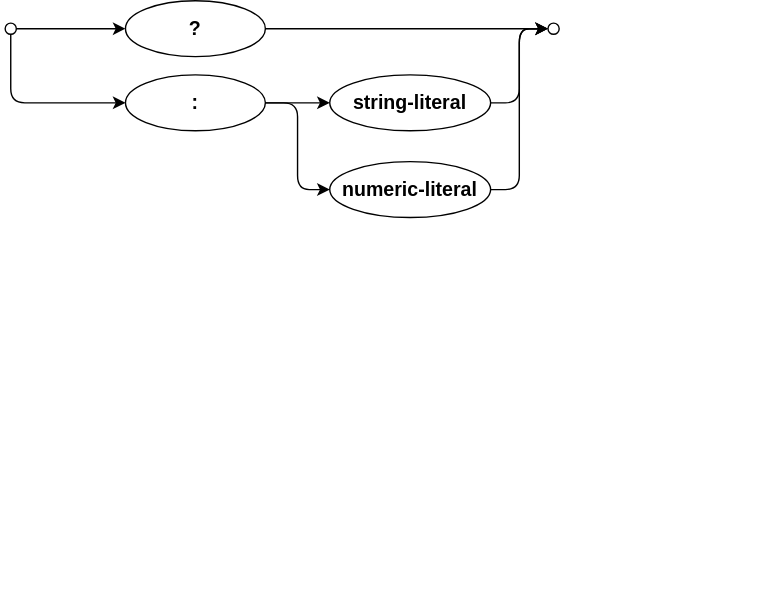
This is assets/cxl/binding-parameter.drawio.svg from capire/docs, a draw.io export, as it was before one commit. Source tidied: cells renumbered, new cells last; positions are measured from the earlier drawing's top-left corner, leaving out a move shared by most shapes.
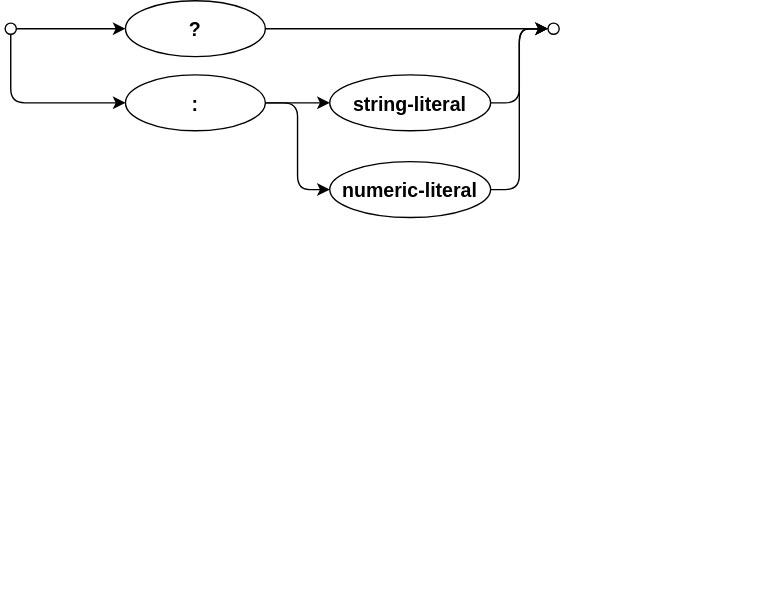
Later version of the same file.

What changed in the source:
```diff
@@ -5,43 +5,43 @@
     <mxCell id="2" value="Best viewed with the &lt;a href=&quot;https://github.com/ariel-bentu/tam-drawio&quot;&gt;TAM plugin&lt;/a&gt;" style="text;html=1;shape=tamPluginMissing;" parent="1" vertex="1">
       <mxGeometry x="346" y="410" width="200" height="25" as="geometry" />
     </mxCell>
-    <mxCell id="3" style="edgeStyle=none;html=1;entryX=0;entryY=0.5;entryDx=0;entryDy=0;fontSize=14;" parent="1" edge="1" source="4" target="7">
+    <mxCell id="3" style="edgeStyle=none;entryX=0;entryY=0.5;entryDx=0;entryDy=0;fontSize=14;" parent="1" edge="1" source="4" target="7">
       <mxGeometry relative="1" as="geometry" />
     </mxCell>
-    <mxCell id="4" style="ellipse;whiteSpace=wrap;html=1;strokeWidth=1;fontSize=14;verticalAlign=middle;fontStyle=1;textDirection=ltr;" parent="1" vertex="1">
+    <mxCell id="4" style="ellipse;strokeWidth=1;fontSize=14;verticalAlign=middle;fontStyle=1;textDirection=ltr;" parent="1" vertex="1">
       <mxGeometry y="16" width="8" height="8" as="geometry" />
     </mxCell>
-    <mxCell id="5" style="ellipse;whiteSpace=wrap;html=1;strokeWidth=1;fontSize=14;verticalAlign=middle;fontStyle=1;textDirection=ltr;" parent="1" vertex="1">
+    <mxCell id="5" style="ellipse;strokeWidth=1;fontSize=14;verticalAlign=middle;fontStyle=1;textDirection=ltr;" parent="1" vertex="1">
       <mxGeometry x="388" y="16" width="8" height="8" as="geometry" />
     </mxCell>
-    <mxCell id="6" style="edgeStyle=entityRelationEdgeStyle;html=1;startArrow=none;endArrow=classic;segment=10;curved=1;sourcePerimeterSpacing=0;targetPerimeterSpacing=0;endFill=1;fontSize=14;" parent="1" edge="1" source="7" target="5">
+    <mxCell id="6" style="edgeStyle=entityRelationEdgeStyle;startArrow=none;endArrow=classic;segment=10;curved=1;sourcePerimeterSpacing=0;targetPerimeterSpacing=0;endFill=1;fontSize=14;" parent="1" edge="1" source="7" target="5">
       <mxGeometry relative="1" as="geometry" />
     </mxCell>
-    <mxCell id="7" value="&lt;span style=&quot;color: rgb(0, 0, 0);&quot;&gt;?&lt;/span&gt;" style="ellipse;whiteSpace=wrap;html=1;align=center;newEdgeStyle={&quot;edgeStyle&quot;:&quot;entityRelationEdgeStyle&quot;,&quot;startArrow&quot;:&quot;none&quot;,&quot;endArrow&quot;:&quot;none&quot;,&quot;segment&quot;:10,&quot;curved&quot;:1,&quot;sourcePerimeterSpacing&quot;:0,&quot;targetPerimeterSpacing&quot;:0};strokeWidth=1;fontSize=14;verticalAlign=middle;fontStyle=1;textDirection=ltr;" parent="1" vertex="1">
+    <mxCell id="7" value="?" style="ellipse;align=center;newEdgeStyle={&quot;edgeStyle&quot;:&quot;entityRelationEdgeStyle&quot;,&quot;startArrow&quot;:&quot;none&quot;,&quot;endArrow&quot;:&quot;none&quot;,&quot;segment&quot;:10,&quot;curved&quot;:1,&quot;sourcePerimeterSpacing&quot;:0,&quot;targetPerimeterSpacing&quot;:0};strokeWidth=1;fontSize=14;verticalAlign=middle;fontStyle=1;textDirection=ltr;" parent="1" vertex="1">
       <mxGeometry x="86" width="100" height="40" as="geometry" />
     </mxCell>
-    <mxCell id="8" style="edgeStyle=entityRelationEdgeStyle;html=1;startArrow=none;endArrow=classic;segment=10;curved=1;sourcePerimeterSpacing=0;targetPerimeterSpacing=0;endFill=1;fontSize=14;" parent="1" edge="1" source="9" target="11">
+    <mxCell id="8" style="edgeStyle=entityRelationEdgeStyle;startArrow=none;endArrow=classic;segment=10;curved=1;sourcePerimeterSpacing=0;targetPerimeterSpacing=0;endFill=1;fontSize=14;" parent="1" edge="1" source="9" target="11">
       <mxGeometry relative="1" as="geometry" />
     </mxCell>
-    <mxCell id="9" value=":" style="ellipse;whiteSpace=wrap;html=1;align=center;newEdgeStyle={&quot;edgeStyle&quot;:&quot;entityRelationEdgeStyle&quot;,&quot;startArrow&quot;:&quot;none&quot;,&quot;endArrow&quot;:&quot;none&quot;,&quot;segment&quot;:10,&quot;curved&quot;:1,&quot;sourcePerimeterSpacing&quot;:0,&quot;targetPerimeterSpacing&quot;:0};strokeWidth=1;fontSize=14;verticalAlign=middle;fontStyle=1;textDirection=ltr;" parent="1" vertex="1">
+    <mxCell id="9" value=":" style="ellipse;align=center;newEdgeStyle={&quot;edgeStyle&quot;:&quot;entityRelationEdgeStyle&quot;,&quot;startArrow&quot;:&quot;none&quot;,&quot;endArrow&quot;:&quot;none&quot;,&quot;segment&quot;:10,&quot;curved&quot;:1,&quot;sourcePerimeterSpacing&quot;:0,&quot;targetPerimeterSpacing&quot;:0};strokeWidth=1;fontSize=14;verticalAlign=middle;fontStyle=1;textDirection=ltr;" parent="1" vertex="1">
       <mxGeometry x="86" y="53" width="100" height="40" as="geometry" />
     </mxCell>
-    <mxCell id="10" style="edgeStyle=orthogonalEdgeStyle;rounded=1;jettySize=auto;html=1;exitX=0.5;exitY=1;exitDx=0;exitDy=0;entryX=0;entryY=0.5;entryDx=0;entryDy=0;startArrow=none;startFill=0;endArrow=classic;endFill=1;startSize=6;endSize=6;align=center;fontSize=14;labelBackgroundColor=none;strokeWidth=1;verticalAlign=middle;fontStyle=1;textDirection=ltr;" parent="1" edge="1" source="4" target="9">
+    <mxCell id="10" style="edgeStyle=orthogonalEdgeStyle;rounded=1;jettySize=auto;exitX=0.5;exitY=1;exitDx=0;exitDy=0;entryX=0;entryY=0.5;entryDx=0;entryDy=0;startArrow=none;startFill=0;endArrow=classic;endFill=1;startSize=6;endSize=6;align=center;fontSize=14;labelBackgroundColor=none;strokeWidth=1;verticalAlign=middle;fontStyle=1;textDirection=ltr;" parent="1" edge="1" source="4" target="9">
       <mxGeometry relative="1" as="geometry" />
     </mxCell>
-    <mxCell id="11" value="string-literal" style="ellipse;whiteSpace=wrap;html=1;align=center;newEdgeStyle={&quot;edgeStyle&quot;:&quot;entityRelationEdgeStyle&quot;,&quot;startArrow&quot;:&quot;none&quot;,&quot;endArrow&quot;:&quot;none&quot;,&quot;segment&quot;:10,&quot;curved&quot;:1,&quot;sourcePerimeterSpacing&quot;:0,&quot;targetPerimeterSpacing&quot;:0};strokeWidth=1;fontSize=14;verticalAlign=middle;fontStyle=1;textDirection=ltr;" parent="1" vertex="1">
+    <mxCell id="11" value="string-literal" style="ellipse;align=center;newEdgeStyle={&quot;edgeStyle&quot;:&quot;entityRelationEdgeStyle&quot;,&quot;startArrow&quot;:&quot;none&quot;,&quot;endArrow&quot;:&quot;none&quot;,&quot;segment&quot;:10,&quot;curved&quot;:1,&quot;sourcePerimeterSpacing&quot;:0,&quot;targetPerimeterSpacing&quot;:0};strokeWidth=1;fontSize=14;verticalAlign=middle;fontStyle=1;textDirection=ltr;" parent="1" vertex="1">
       <mxGeometry x="232" y="53" width="115" height="40" as="geometry" />
     </mxCell>
-    <mxCell id="12" value="numeric-literal" style="ellipse;whiteSpace=wrap;html=1;align=center;newEdgeStyle={&quot;edgeStyle&quot;:&quot;entityRelationEdgeStyle&quot;,&quot;startArrow&quot;:&quot;none&quot;,&quot;endArrow&quot;:&quot;none&quot;,&quot;segment&quot;:10,&quot;curved&quot;:1,&quot;sourcePerimeterSpacing&quot;:0,&quot;targetPerimeterSpacing&quot;:0};strokeWidth=1;fontSize=14;verticalAlign=middle;fontStyle=1;textDirection=ltr;spacing=5;" parent="1" vertex="1">
+    <mxCell id="12" value="numeric-literal" style="ellipse;align=center;newEdgeStyle={&quot;edgeStyle&quot;:&quot;entityRelationEdgeStyle&quot;,&quot;startArrow&quot;:&quot;none&quot;,&quot;endArrow&quot;:&quot;none&quot;,&quot;segment&quot;:10,&quot;curved&quot;:1,&quot;sourcePerimeterSpacing&quot;:0,&quot;targetPerimeterSpacing&quot;:0};strokeWidth=1;fontSize=14;verticalAlign=middle;fontStyle=1;textDirection=ltr;spacing=5;" parent="1" vertex="1">
       <mxGeometry x="232" y="115" width="115" height="40" as="geometry" />
     </mxCell>
-    <mxCell id="13" style="edgeStyle=orthogonalEdgeStyle;rounded=1;jettySize=auto;html=1;exitX=1;exitY=0.5;exitDx=0;exitDy=0;entryX=0;entryY=0.5;entryDx=0;entryDy=0;startArrow=none;startFill=0;endArrow=classic;endFill=1;startSize=6;endSize=6;align=center;fontSize=14;labelBackgroundColor=none;" parent="1" edge="1" source="9" target="12">
+    <mxCell id="13" style="edgeStyle=orthogonalEdgeStyle;rounded=1;jettySize=auto;exitX=1;exitY=0.5;exitDx=0;exitDy=0;entryX=0;entryY=0.5;entryDx=0;entryDy=0;startArrow=none;startFill=0;endArrow=classic;endFill=1;startSize=6;endSize=6;align=center;fontSize=14;labelBackgroundColor=none;" parent="1" edge="1" source="9" target="12">
       <mxGeometry relative="1" as="geometry" />
     </mxCell>
-    <mxCell id="14" style="edgeStyle=orthogonalEdgeStyle;rounded=1;jettySize=auto;html=1;exitX=1;exitY=0.5;exitDx=0;exitDy=0;entryX=0;entryY=0.5;entryDx=0;entryDy=0;startArrow=none;startFill=0;endArrow=classic;endFill=1;startSize=6;endSize=6;align=center;fontSize=14;labelBackgroundColor=none;" parent="1" edge="1" source="11" target="5">
+    <mxCell id="14" style="edgeStyle=orthogonalEdgeStyle;rounded=1;jettySize=auto;exitX=1;exitY=0.5;exitDx=0;exitDy=0;entryX=0;entryY=0.5;entryDx=0;entryDy=0;startArrow=none;startFill=0;endArrow=classic;endFill=1;startSize=6;endSize=6;align=center;fontSize=14;labelBackgroundColor=none;" parent="1" edge="1" source="11" target="5">
       <mxGeometry relative="1" as="geometry" />
     </mxCell>
-    <mxCell id="15" style="edgeStyle=orthogonalEdgeStyle;rounded=1;jettySize=auto;html=1;exitX=1;exitY=0.5;exitDx=0;exitDy=0;entryX=0;entryY=0.5;entryDx=0;entryDy=0;startArrow=none;startFill=0;endArrow=classic;endFill=1;startSize=6;endSize=6;align=center;fontSize=14;labelBackgroundColor=none;" parent="1" edge="1" source="12" target="5">
+    <mxCell id="15" style="edgeStyle=orthogonalEdgeStyle;rounded=1;jettySize=auto;exitX=1;exitY=0.5;exitDx=0;exitDy=0;entryX=0;entryY=0.5;entryDx=0;entryDy=0;startArrow=none;startFill=0;endArrow=classic;endFill=1;startSize=6;endSize=6;align=center;fontSize=14;labelBackgroundColor=none;" parent="1" edge="1" source="12" target="5">
       <mxGeometry relative="1" as="geometry" />
     </mxCell>
   </root>
```
